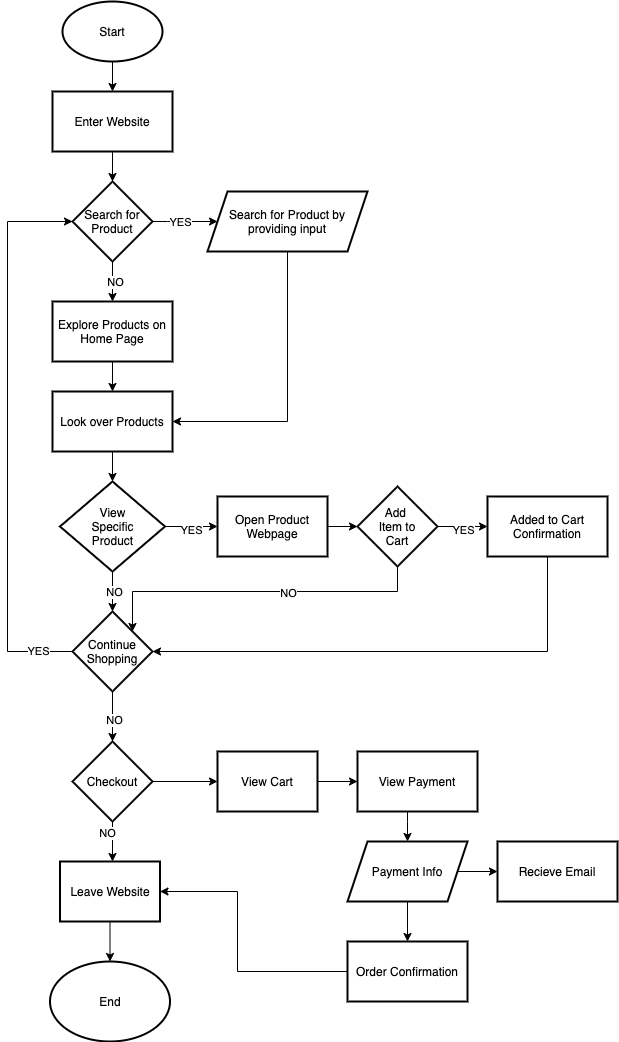
This is part2/part2.drawio.png from e3brooks/sp21-cse110-lab4, a draw.io export, as it was before one commit. Source tidied: cells renumbered, new cells last; positions are measured from the earlier drawing's top-left corner, leaving out a move shared by most shapes.
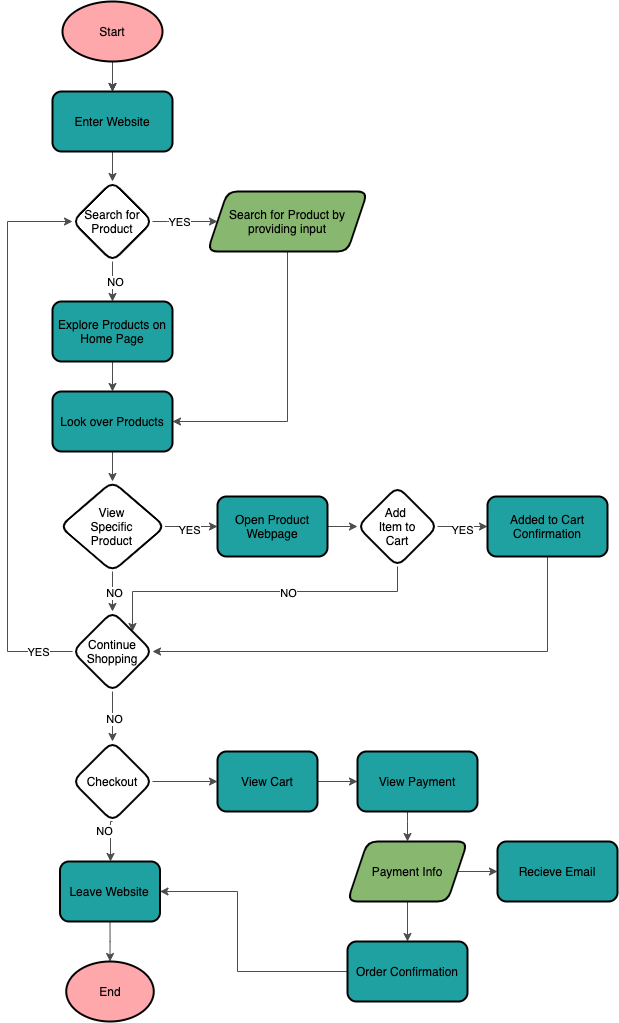
The same diagram one commit later.

Commit message:
Update format of roadmap

What changed in the source:
```diff
@@ -1,20 +1,23 @@
-<mxGraphModel>
+<mxGraphModel background="#FFFFFF">
   <root>
     <mxCell id="0" />
     <mxCell id="1" parent="0" />
     <mxCell id="2" style="edgeStyle=orthogonalEdgeStyle;rounded=0;jettySize=auto;html=1;" parent="1" edge="1" source="3" target="5">
       <mxGeometry relative="1" as="geometry" />
     </mxCell>
+    <mxCell id="53" style="edgeStyle=orthogonalEdgeStyle;rounded=0;jettySize=auto;html=1;fontColor=#000000;strokeColor=#4D4D4D;" parent="1" edge="1" source="3" target="5">
+      <mxGeometry relative="1" as="geometry" />
+    </mxCell>
-    <mxCell id="3" value="Start" style="strokeWidth=2;html=1;shape=mxgraph.flowchart.start_1;whiteSpace=wrap;" parent="1" vertex="1">
+    <mxCell id="3" value="Start" style="strokeWidth=2;html=1;shape=mxgraph.flowchart.start_1;whiteSpace=wrap;fillColor=#FFA8AB;" parent="1" vertex="1">
       <mxGeometry x="55" width="100" height="60" as="geometry" />
     </mxCell>
-    <mxCell id="4" style="edgeStyle=orthogonalEdgeStyle;rounded=0;jettySize=auto;html=1;" parent="1" edge="1" source="5" target="10">
+    <mxCell id="4" style="edgeStyle=orthogonalEdgeStyle;rounded=0;jettySize=auto;html=1;strokeColor=#4D4D4D;" parent="1" edge="1" source="5" target="10">
       <mxGeometry relative="1" as="geometry" />
     </mxCell>
-    <mxCell id="5" value="Enter Website" style="whiteSpace=wrap;html=1;strokeWidth=2;" parent="1" vertex="1">
+    <mxCell id="5" value="Enter Website" style="whiteSpace=wrap;html=1;strokeWidth=2;fillColor=#20A1A1;rounded=1;" parent="1" vertex="1">
       <mxGeometry x="45" y="90" width="120" height="60" as="geometry" />
     </mxCell>
-    <mxCell id="6" style="edgeStyle=orthogonalEdgeStyle;rounded=0;jettySize=auto;html=1;" parent="1" edge="1" source="10" target="12">
+    <mxCell id="6" style="edgeStyle=orthogonalEdgeStyle;rounded=0;jettySize=auto;html=1;strokeColor=#4D4D4D;" parent="1" edge="1" source="10" target="12">
       <mxGeometry relative="1" as="geometry">
         <Array as="points">
           <mxPoint x="160" y="220" />
@@ -22,70 +25,70 @@
         </Array>
       </mxGeometry>
     </mxCell>
-    <mxCell id="7" value="YES" style="edgeLabel;html=1;align=center;verticalAlign=middle;" parent="6" vertex="1">
+    <mxCell id="7" value="YES" style="edgeLabel;html=1;align=center;verticalAlign=middle;fontColor=#000000;labelBackgroundColor=#FFFFFF;" parent="6" vertex="1">
       <mxGeometry x="0.44" y="1" relative="1" as="geometry">
         <mxPoint x="-20.6" y="1" as="offset" />
       </mxGeometry>
     </mxCell>
-    <mxCell id="8" style="edgeStyle=orthogonalEdgeStyle;rounded=0;jettySize=auto;html=1;entryX=0.5;entryY=0;entryDx=0;entryDy=0;" parent="1" edge="1" source="10" target="14">
+    <mxCell id="8" style="edgeStyle=orthogonalEdgeStyle;rounded=0;jettySize=auto;html=1;entryX=0.5;entryY=0;entryDx=0;entryDy=0;strokeColor=#4D4D4D;" parent="1" edge="1" source="10" target="14">
       <mxGeometry relative="1" as="geometry" />
     </mxCell>
-    <mxCell id="9" value="NO" style="edgeLabel;html=1;align=center;verticalAlign=middle;" parent="8" vertex="1">
+    <mxCell id="9" value="NO" style="edgeLabel;html=1;align=center;verticalAlign=middle;fontColor=#000000;labelBackgroundColor=#FFFFFF;" parent="8" vertex="1">
       <mxGeometry x="-0.01" y="2" relative="1" as="geometry" />
     </mxCell>
-    <mxCell id="10" value="Search for Product" style="rhombus;whiteSpace=wrap;html=1;strokeWidth=2;" parent="1" vertex="1">
+    <mxCell id="10" value="Search for Product" style="rhombus;whiteSpace=wrap;html=1;strokeWidth=2;rounded=1;" parent="1" vertex="1">
       <mxGeometry x="65" y="180" width="80" height="80" as="geometry" />
     </mxCell>
-    <mxCell id="11" style="edgeStyle=orthogonalEdgeStyle;rounded=0;jettySize=auto;html=1;entryX=1;entryY=0.5;entryDx=0;entryDy=0;exitX=0.5;exitY=1;exitDx=0;exitDy=0;" parent="1" edge="1" source="12" target="16">
+    <mxCell id="11" style="edgeStyle=orthogonalEdgeStyle;rounded=0;jettySize=auto;html=1;entryX=1;entryY=0.5;entryDx=0;entryDy=0;exitX=0.5;exitY=1;exitDx=0;exitDy=0;strokeColor=#4D4D4D;" parent="1" edge="1" source="12" target="16">
       <mxGeometry relative="1" as="geometry">
         <Array as="points">
           <mxPoint x="280" y="420" />
         </Array>
       </mxGeometry>
     </mxCell>
-    <mxCell id="12" value="Search for Product by providing input" style="shape=parallelogram;perimeter=parallelogramPerimeter;whiteSpace=wrap;html=1;fixedSize=1;strokeWidth=2;" parent="1" vertex="1">
+    <mxCell id="12" value="Search for Product by providing input" style="shape=parallelogram;perimeter=parallelogramPerimeter;whiteSpace=wrap;html=1;fixedSize=1;strokeWidth=2;fillColor=#88B870;rounded=1;" parent="1" vertex="1">
       <mxGeometry x="200" y="190" width="160" height="60" as="geometry" />
     </mxCell>
-    <mxCell id="13" style="edgeStyle=orthogonalEdgeStyle;rounded=0;jettySize=auto;html=1;entryX=0.5;entryY=0;entryDx=0;entryDy=0;" parent="1" edge="1" source="14" target="16">
+    <mxCell id="13" style="edgeStyle=orthogonalEdgeStyle;rounded=0;jettySize=auto;html=1;entryX=0.5;entryY=0;entryDx=0;entryDy=0;strokeColor=#4D4D4D;" parent="1" edge="1" source="14" target="16">
       <mxGeometry relative="1" as="geometry" />
     </mxCell>
-    <mxCell id="14" value="Explore Products on Home Page" style="whiteSpace=wrap;html=1;strokeWidth=2;" parent="1" vertex="1">
+    <mxCell id="14" value="Explore Products on Home Page" style="whiteSpace=wrap;html=1;strokeWidth=2;fillColor=#20A1A1;rounded=1;" parent="1" vertex="1">
       <mxGeometry x="45" y="300" width="120" height="60" as="geometry" />
     </mxCell>
-    <mxCell id="15" style="edgeStyle=orthogonalEdgeStyle;rounded=0;jettySize=auto;html=1;" parent="1" edge="1" source="16" target="21">
+    <mxCell id="15" style="edgeStyle=orthogonalEdgeStyle;rounded=0;jettySize=auto;html=1;strokeColor=#4D4D4D;" parent="1" edge="1" source="16" target="21">
       <mxGeometry relative="1" as="geometry" />
     </mxCell>
-    <mxCell id="16" value="Look over Products" style="whiteSpace=wrap;html=1;strokeWidth=2;" parent="1" vertex="1">
+    <mxCell id="16" value="Look over Products" style="whiteSpace=wrap;html=1;strokeWidth=2;fillColor=#20A1A1;rounded=1;" parent="1" vertex="1">
       <mxGeometry x="45" y="390" width="120" height="60" as="geometry" />
     </mxCell>
-    <mxCell id="17" style="edgeStyle=orthogonalEdgeStyle;rounded=0;jettySize=auto;html=1;" parent="1" edge="1" source="21" target="23">
+    <mxCell id="17" style="edgeStyle=orthogonalEdgeStyle;rounded=0;jettySize=auto;html=1;strokeColor=#4D4D4D;" parent="1" edge="1" source="21" target="23">
       <mxGeometry relative="1" as="geometry" />
     </mxCell>
-    <mxCell id="18" value="YES" style="edgeLabel;html=1;align=center;verticalAlign=middle;" parent="17" vertex="1">
+    <mxCell id="18" value="YES" style="edgeLabel;html=1;align=center;verticalAlign=middle;fontColor=#000000;labelBackgroundColor=#FFFFFF;" parent="17" vertex="1">
       <mxGeometry x="-0.07" y="-3" relative="1" as="geometry" />
     </mxCell>
-    <mxCell id="19" style="edgeStyle=orthogonalEdgeStyle;rounded=0;jettySize=auto;html=1;" parent="1" edge="1" source="21" target="35">
+    <mxCell id="19" style="edgeStyle=orthogonalEdgeStyle;rounded=0;jettySize=auto;html=1;strokeColor=#4D4D4D;" parent="1" edge="1" source="21" target="35">
       <mxGeometry relative="1" as="geometry" />
     </mxCell>
-    <mxCell id="20" value="NO" style="edgeLabel;html=1;align=center;verticalAlign=middle;" parent="19" vertex="1">
+    <mxCell id="20" value="NO" style="edgeLabel;html=1;align=center;verticalAlign=middle;fontColor=#000000;labelBackgroundColor=#FFFFFF;" parent="19" vertex="1">
       <mxGeometry x="0.04" y="1" relative="1" as="geometry" />
     </mxCell>
-    <mxCell id="21" value="View&lt;br&gt;Specific&lt;br&gt;Product" style="rhombus;whiteSpace=wrap;html=1;strokeWidth=2;" parent="1" vertex="1">
+    <mxCell id="21" value="View&lt;br&gt;Specific&lt;br&gt;Product" style="rhombus;whiteSpace=wrap;html=1;strokeWidth=2;rounded=1;" parent="1" vertex="1">
       <mxGeometry x="52.5" y="480" width="105" height="90" as="geometry" />
     </mxCell>
-    <mxCell id="22" style="edgeStyle=orthogonalEdgeStyle;rounded=0;jettySize=auto;html=1;exitX=1;exitY=0.5;exitDx=0;exitDy=0;entryX=0;entryY=0.5;entryDx=0;entryDy=0;" parent="1" edge="1" source="23" target="28">
+    <mxCell id="22" style="edgeStyle=orthogonalEdgeStyle;rounded=0;jettySize=auto;html=1;exitX=1;exitY=0.5;exitDx=0;exitDy=0;entryX=0;entryY=0.5;entryDx=0;entryDy=0;strokeColor=#4D4D4D;" parent="1" edge="1" source="23" target="28">
       <mxGeometry relative="1" as="geometry" />
     </mxCell>
-    <mxCell id="23" value="Open Product Webpage" style="whiteSpace=wrap;html=1;strokeWidth=2;" parent="1" vertex="1">
+    <mxCell id="23" value="Open Product Webpage" style="whiteSpace=wrap;html=1;strokeWidth=2;fillColor=#20A1A1;rounded=1;" parent="1" vertex="1">
       <mxGeometry x="210" y="495" width="110" height="60" as="geometry" />
     </mxCell>
-    <mxCell id="24" style="edgeStyle=orthogonalEdgeStyle;rounded=0;jettySize=auto;html=1;" parent="1" edge="1" source="28" target="30">
+    <mxCell id="24" style="edgeStyle=orthogonalEdgeStyle;rounded=0;jettySize=auto;html=1;strokeColor=#4D4D4D;" parent="1" edge="1" source="28" target="30">
       <mxGeometry relative="1" as="geometry" />
     </mxCell>
-    <mxCell id="25" value="YES" style="edgeLabel;html=1;align=center;verticalAlign=middle;" parent="24" vertex="1">
+    <mxCell id="25" value="YES" style="edgeLabel;html=1;align=center;verticalAlign=middle;fontColor=#000000;labelBackgroundColor=#FFFFFF;" parent="24" vertex="1">
       <mxGeometry x="-0.02" y="-3" relative="1" as="geometry" />
     </mxCell>
-    <mxCell id="26" style="edgeStyle=orthogonalEdgeStyle;rounded=0;jettySize=auto;html=1;entryX=1;entryY=0;entryDx=0;entryDy=0;" parent="1" edge="1" source="28" target="35">
+    <mxCell id="26" style="edgeStyle=orthogonalEdgeStyle;rounded=0;jettySize=auto;html=1;entryX=1;entryY=0;entryDx=0;entryDy=0;strokeColor=#4D4D4D;" parent="1" edge="1" source="28" target="35">
       <mxGeometry relative="1" as="geometry">
         <Array as="points">
           <mxPoint x="390" y="590" />
@@ -93,23 +96,23 @@
         </Array>
       </mxGeometry>
     </mxCell>
-    <mxCell id="27" value="NO" style="edgeLabel;html=1;align=center;verticalAlign=middle;" parent="26" vertex="1">
+    <mxCell id="27" value="NO" style="edgeLabel;html=1;align=center;verticalAlign=middle;fontColor=#000000;labelBackgroundColor=#FFFFFF;" parent="26" vertex="1">
       <mxGeometry x="-0.18" y="1" relative="1" as="geometry" />
     </mxCell>
-    <mxCell id="28" value="Add &lt;br&gt;Item to&lt;br&gt;Cart" style="rhombus;whiteSpace=wrap;html=1;strokeWidth=2;" parent="1" vertex="1">
+    <mxCell id="28" value="Add &lt;br&gt;Item to&lt;br&gt;Cart" style="rhombus;whiteSpace=wrap;html=1;strokeWidth=2;rounded=1;" parent="1" vertex="1">
       <mxGeometry x="350" y="485" width="80" height="80" as="geometry" />
     </mxCell>
-    <mxCell id="29" style="edgeStyle=orthogonalEdgeStyle;rounded=0;jettySize=auto;html=1;entryX=1;entryY=0.5;entryDx=0;entryDy=0;exitX=0.5;exitY=1;exitDx=0;exitDy=0;" parent="1" edge="1" source="30" target="35">
+    <mxCell id="29" style="edgeStyle=orthogonalEdgeStyle;rounded=0;jettySize=auto;html=1;entryX=1;entryY=0.5;entryDx=0;entryDy=0;exitX=0.5;exitY=1;exitDx=0;exitDy=0;strokeColor=#4D4D4D;" parent="1" edge="1" source="30" target="35">
       <mxGeometry relative="1" as="geometry">
         <Array as="points">
           <mxPoint x="540" y="650" />
         </Array>
       </mxGeometry>
     </mxCell>
-    <mxCell id="30" value="Added to Cart Confirmation" style="whiteSpace=wrap;html=1;strokeWidth=2;" parent="1" vertex="1">
+    <mxCell id="30" value="Added to Cart Confirmation" style="whiteSpace=wrap;html=1;strokeWidth=2;fillColor=#20A1A1;rounded=1;" parent="1" vertex="1">
       <mxGeometry x="480" y="495" width="120" height="60" as="geometry" />
     </mxCell>
-    <mxCell id="31" style="edgeStyle=orthogonalEdgeStyle;rounded=0;jettySize=auto;html=1;exitX=0;exitY=0.5;exitDx=0;exitDy=0;entryX=0;entryY=0.5;entryDx=0;entryDy=0;" parent="1" edge="1" source="35" target="10">
+    <mxCell id="31" style="edgeStyle=orthogonalEdgeStyle;rounded=0;jettySize=auto;html=1;exitX=0;exitY=0.5;exitDx=0;exitDy=0;entryX=0;entryY=0.5;entryDx=0;entryDy=0;strokeColor=#4D4D4D;" parent="1" edge="1" source="35" target="10">
       <mxGeometry relative="1" as="geometry">
         <Array as="points">
           <mxPoint y="650" />
@@ -117,12 +120,12 @@
         </Array>
       </mxGeometry>
     </mxCell>
-    <mxCell id="32" value="YES" style="edgeLabel;html=1;align=center;verticalAlign=middle;" parent="31" vertex="1">
+    <mxCell id="32" value="YES" style="edgeLabel;html=1;align=center;verticalAlign=middle;fontColor=#000000;labelBackgroundColor=#FFFFFF;" parent="31" vertex="1">
       <mxGeometry x="-0.71" y="2" relative="1" as="geometry">
         <mxPoint x="32" y="16.7" as="offset" />
       </mxGeometry>
     </mxCell>
-    <mxCell id="33" style="edgeStyle=orthogonalEdgeStyle;rounded=0;jettySize=auto;html=1;exitX=0.5;exitY=1;exitDx=0;exitDy=0;entryX=0.5;entryY=0;entryDx=0;entryDy=0;" parent="1" edge="1" source="35" target="39">
+    <mxCell id="33" style="edgeStyle=orthogonalEdgeStyle;rounded=0;jettySize=auto;html=1;exitX=0.5;exitY=1;exitDx=0;exitDy=0;entryX=0.5;entryY=0;entryDx=0;entryDy=0;strokeColor=#4D4D4D;" parent="1" edge="1" source="35" target="39">
       <mxGeometry relative="1" as="geometry">
         <Array as="points">
           <mxPoint x="105" y="720" />
@@ -130,25 +133,25 @@
         </Array>
       </mxGeometry>
     </mxCell>
-    <mxCell id="34" value="NO" style="edgeLabel;html=1;align=center;verticalAlign=middle;" parent="33" vertex="1">
+    <mxCell id="34" value="NO" style="edgeLabel;html=1;align=center;verticalAlign=middle;fontColor=#000000;labelBackgroundColor=#FFFFFF;" parent="33" vertex="1">
       <mxGeometry x="0.07" y="1" relative="1" as="geometry" />
     </mxCell>
-    <mxCell id="35" value="Continue Shopping" style="rhombus;whiteSpace=wrap;html=1;strokeWidth=2;" parent="1" vertex="1">
+    <mxCell id="35" value="Continue Shopping" style="rhombus;whiteSpace=wrap;html=1;strokeWidth=2;rounded=1;" parent="1" vertex="1">
       <mxGeometry x="65" y="610" width="80" height="80" as="geometry" />
     </mxCell>
-    <mxCell id="36" style="edgeStyle=orthogonalEdgeStyle;rounded=0;jettySize=auto;html=1;exitX=0.5;exitY=1;exitDx=0;exitDy=0;" parent="1" edge="1" source="39" target="41">
+    <mxCell id="36" style="edgeStyle=orthogonalEdgeStyle;rounded=0;jettySize=auto;html=1;exitX=0.5;exitY=1;exitDx=0;exitDy=0;strokeColor=#4D4D4D;" parent="1" edge="1" source="39" target="41">
       <mxGeometry relative="1" as="geometry">
         <Array as="points">
           <mxPoint x="103" y="820" />
         </Array>
       </mxGeometry>
     </mxCell>
-    <mxCell id="37" value="NO" style="edgeLabel;html=1;align=center;verticalAlign=middle;" parent="36" vertex="1">
+    <mxCell id="37" value="NO" style="edgeLabel;html=1;align=center;verticalAlign=middle;labelBackgroundColor=#FFFFFF;fontColor=#000000;" parent="36" vertex="1">
       <mxGeometry x="-0.24" y="4" relative="1" as="geometry">
         <mxPoint x="-10.6" y="-4" as="offset" />
       </mxGeometry>
     </mxCell>
-    <mxCell id="38" style="edgeStyle=orthogonalEdgeStyle;rounded=0;jettySize=auto;html=1;entryX=0;entryY=0.5;entryDx=0;entryDy=0;exitX=1;exitY=0.5;exitDx=0;exitDy=0;" parent="1" edge="1" source="39" target="44">
+    <mxCell id="38" style="edgeStyle=orthogonalEdgeStyle;rounded=0;jettySize=auto;html=1;entryX=0;entryY=0.5;entryDx=0;entryDy=0;exitX=1;exitY=0.5;exitDx=0;exitDy=0;strokeColor=#4D4D4D;" parent="1" edge="1" source="39" target="44">
       <mxGeometry relative="1" as="geometry">
         <Array as="points">
           <mxPoint x="210" y="780" />
@@ -156,25 +159,25 @@
         </Array>
       </mxGeometry>
     </mxCell>
-    <mxCell id="39" value="Checkout" style="rhombus;whiteSpace=wrap;html=1;strokeWidth=2;" parent="1" vertex="1">
+    <mxCell id="39" value="Checkout" style="rhombus;whiteSpace=wrap;html=1;strokeWidth=2;rounded=1;" parent="1" vertex="1">
       <mxGeometry x="65" y="740" width="80" height="80" as="geometry" />
     </mxCell>
-    <mxCell id="40" style="edgeStyle=orthogonalEdgeStyle;rounded=0;jettySize=auto;html=1;exitX=0.5;exitY=1;exitDx=0;exitDy=0;" parent="1" edge="1" source="41" target="42">
+    <mxCell id="40" style="edgeStyle=orthogonalEdgeStyle;rounded=0;jettySize=auto;html=1;exitX=0.5;exitY=1;exitDx=0;exitDy=0;strokeColor=#4D4D4D;" parent="1" edge="1" source="41" target="42">
       <mxGeometry relative="1" as="geometry" />
     </mxCell>
-    <mxCell id="41" value="Leave Website" style="whiteSpace=wrap;html=1;strokeWidth=2;" parent="1" vertex="1">
+    <mxCell id="41" value="Leave Website" style="whiteSpace=wrap;html=1;strokeWidth=2;fillColor=#20A1A1;rounded=1;" parent="1" vertex="1">
       <mxGeometry x="52.5" y="860" width="100" height="60" as="geometry" />
     </mxCell>
-    <mxCell id="42" value="End" style="ellipse;whiteSpace=wrap;html=1;strokeWidth=2;" parent="1" vertex="1">
-      <mxGeometry x="42.5" y="960" width="120" height="80" as="geometry" />
+    <mxCell id="42" value="End" style="ellipse;whiteSpace=wrap;html=1;strokeWidth=2;fillColor=#FFA8AB;" parent="1" vertex="1">
+      <mxGeometry x="58.8" y="960" width="87.5" height="60" as="geometry" />
     </mxCell>
-    <mxCell id="43" style="edgeStyle=orthogonalEdgeStyle;rounded=0;jettySize=auto;html=1;exitX=1;exitY=0.5;exitDx=0;exitDy=0;entryX=0;entryY=0.5;entryDx=0;entryDy=0;" parent="1" edge="1" source="44" target="46">
+    <mxCell id="43" style="edgeStyle=orthogonalEdgeStyle;rounded=0;jettySize=auto;html=1;exitX=1;exitY=0.5;exitDx=0;exitDy=0;entryX=0;entryY=0.5;entryDx=0;entryDy=0;strokeColor=#4D4D4D;" parent="1" edge="1" source="44" target="46">
       <mxGeometry relative="1" as="geometry" />
     </mxCell>
-    <mxCell id="44" value="View Cart" style="whiteSpace=wrap;html=1;strokeWidth=2;" parent="1" vertex="1">
+    <mxCell id="44" value="View Cart" style="whiteSpace=wrap;html=1;strokeWidth=2;fillColor=#20A1A1;rounded=1;" parent="1" vertex="1">
       <mxGeometry x="210" y="750" width="100" height="60" as="geometry" />
     </mxCell>
-    <mxCell id="45" style="edgeStyle=orthogonalEdgeStyle;rounded=0;jettySize=auto;html=1;" parent="1" edge="1" source="46" target="49">
+    <mxCell id="45" style="edgeStyle=orthogonalEdgeStyle;rounded=0;jettySize=auto;html=1;strokeColor=#4D4D4D;" parent="1" edge="1" source="46" target="49">
       <mxGeometry relative="1" as="geometry">
         <Array as="points">
           <mxPoint x="400" y="820" />
@@ -182,22 +185,22 @@
         </Array>
       </mxGeometry>
     </mxCell>
-    <mxCell id="46" value="View Payment" style="whiteSpace=wrap;html=1;strokeWidth=2;" parent="1" vertex="1">
+    <mxCell id="46" value="View Payment" style="whiteSpace=wrap;html=1;strokeWidth=2;fillColor=#20A1A1;rounded=1;" parent="1" vertex="1">
       <mxGeometry x="350" y="750" width="120" height="60" as="geometry" />
     </mxCell>
-    <mxCell id="47" style="edgeStyle=orthogonalEdgeStyle;rounded=0;jettySize=auto;html=1;entryX=0;entryY=0.5;entryDx=0;entryDy=0;" parent="1" edge="1" source="49" target="50">
+    <mxCell id="47" style="edgeStyle=orthogonalEdgeStyle;rounded=0;jettySize=auto;html=1;entryX=0;entryY=0.5;entryDx=0;entryDy=0;strokeColor=#4D4D4D;" parent="1" edge="1" source="49" target="50">
       <mxGeometry relative="1" as="geometry" />
     </mxCell>
-    <mxCell id="48" style="edgeStyle=orthogonalEdgeStyle;rounded=0;jettySize=auto;html=1;" parent="1" edge="1" source="49" target="52">
+    <mxCell id="48" style="edgeStyle=orthogonalEdgeStyle;rounded=0;jettySize=auto;html=1;strokeColor=#4D4D4D;" parent="1" edge="1" source="49" target="52">
       <mxGeometry relative="1" as="geometry" />
     </mxCell>
-    <mxCell id="49" value="Payment Info" style="shape=parallelogram;perimeter=parallelogramPerimeter;whiteSpace=wrap;html=1;fixedSize=1;strokeWidth=2;" parent="1" vertex="1">
+    <mxCell id="49" value="Payment Info" style="shape=parallelogram;perimeter=parallelogramPerimeter;whiteSpace=wrap;html=1;fixedSize=1;strokeWidth=2;fillColor=#88B870;rounded=1;" parent="1" vertex="1">
       <mxGeometry x="340" y="840" width="120" height="60" as="geometry" />
     </mxCell>
-    <mxCell id="50" value="Recieve Email" style="whiteSpace=wrap;html=1;strokeWidth=2;" parent="1" vertex="1">
+    <mxCell id="50" value="Recieve Email" style="whiteSpace=wrap;html=1;strokeWidth=2;fillColor=#20A1A1;rounded=1;" parent="1" vertex="1">
       <mxGeometry x="490" y="840" width="120" height="60" as="geometry" />
     </mxCell>
-    <mxCell id="51" style="edgeStyle=orthogonalEdgeStyle;rounded=0;jettySize=auto;html=1;exitX=0;exitY=0.5;exitDx=0;exitDy=0;entryX=1;entryY=0.5;entryDx=0;entryDy=0;" parent="1" edge="1" source="52" target="41">
+    <mxCell id="51" style="edgeStyle=orthogonalEdgeStyle;rounded=0;jettySize=auto;html=1;exitX=0;exitY=0.5;exitDx=0;exitDy=0;entryX=1;entryY=0.5;entryDx=0;entryDy=0;strokeColor=#4D4D4D;" parent="1" edge="1" source="52" target="41">
       <mxGeometry relative="1" as="geometry">
         <Array as="points">
           <mxPoint x="230" y="970" />
@@ -205,7 +208,7 @@
         </Array>
       </mxGeometry>
     </mxCell>
-    <mxCell id="52" value="Order Confirmation" style="whiteSpace=wrap;html=1;strokeWidth=2;" parent="1" vertex="1">
+    <mxCell id="52" value="Order Confirmation" style="whiteSpace=wrap;html=1;strokeWidth=2;fillColor=#20A1A1;rounded=1;" parent="1" vertex="1">
       <mxGeometry x="340" y="940" width="120" height="60" as="geometry" />
     </mxCell>
   </root>
```
